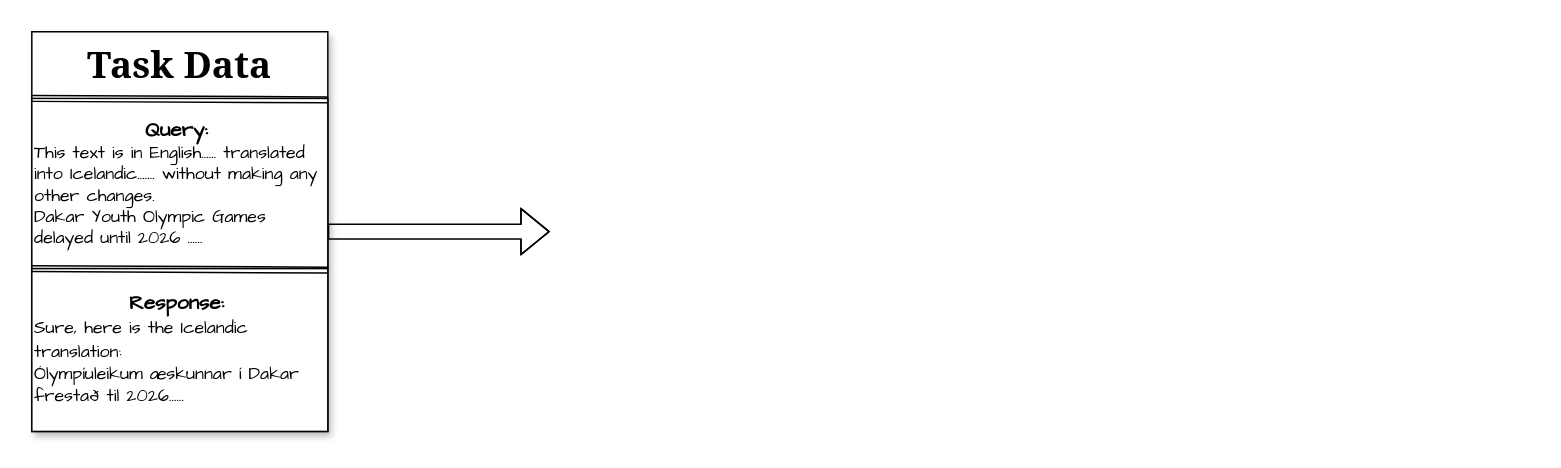
This is Graphs/2.drawio from whenwedream/TELL, a draw.io file, before an edit. Source tidied: cells renumbered, new cells numbered last; positions are measured from the earlier drawing's top-left corner, leaving out a move shared by most shapes. Both pictures are drawn from the tidied source at 148%, with x=0, y=0 at pixel (31, 31).
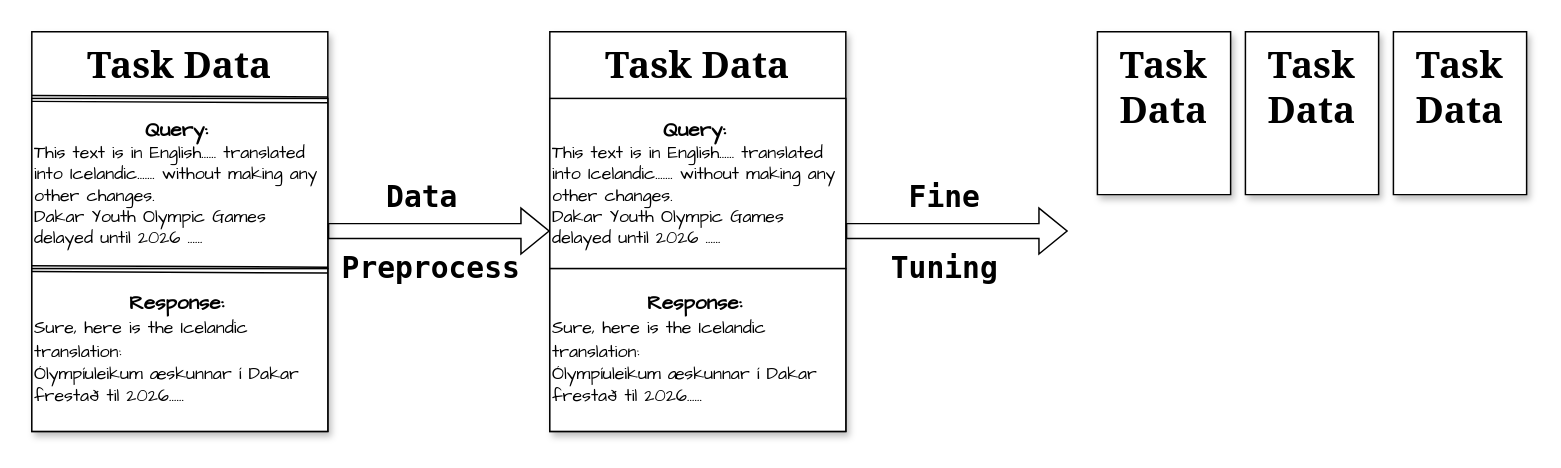
The same diagram, later.

The change refers to these unchanged cells:
```xml
<mxCell id="3" value="&lt;b style=&quot;font-size: 25px;&quot;&gt;&lt;font style=&quot;font-size: 25px; font-style: normal;&quot;&gt;Task Data&lt;/font&gt;&lt;/b&gt;" style="shape=note;size=0;whiteSpace=wrap;html=1;align=center;verticalAlign=top;fontSize=25;fontFamily=Georgia;shadow=1;fontStyle=2;strokeColor=#000000;strokeWidth=1;" parent="1" vertex="1">
  <mxGeometry width="200" height="270" as="geometry" />
</mxCell>
```

What changed in the source:
```diff
@@
-    <mxCell id="2" style="edgeStyle=orthogonalEdgeStyle;rounded=0;jettySize=auto;html=1;shape=flexArrow;" parent="1" edge="1" source="3">
-      <mxGeometry relative="1" as="geometry">
-        <mxPoint x="350" y="135" as="targetPoint" />
-      </mxGeometry>
-    </mxCell>
+    <mxCell id="8" value="&lt;font style=&quot;font-size: 20px;&quot;&gt;&lt;b style=&quot;font-size: 20px;&quot;&gt;Data&amp;nbsp;&lt;/b&gt;&lt;/font&gt;&lt;div style=&quot;font-size: 20px;&quot;&gt;&lt;font style=&quot;font-size: 20px;&quot;&gt;&lt;b style=&quot;font-size: 20px;&quot;&gt;&lt;br style=&quot;font-size: 20px;&quot;&gt;&lt;/b&gt;&lt;/font&gt;&lt;/div&gt;&lt;div style=&quot;font-size: 20px;&quot;&gt;&lt;font style=&quot;font-size: 20px;&quot;&gt;&lt;b style=&quot;font-size: 20px;&quot;&gt;Preprocess&lt;/b&gt;&lt;/font&gt;&lt;/div&gt;" style="rounded=0;whiteSpace=wrap;html=1;strokeColor=none;fontFamily=Lucida Console;fontSize=20;" parent="1" vertex="1">
+      <mxGeometry x="210" y="130" width="120" height="10" as="geometry" />
+    </mxCell>
@@
+    <mxCell id="9" value="&lt;b style=&quot;font-size: 25px;&quot;&gt;&lt;font style=&quot;font-size: 25px; font-style: normal;&quot;&gt;Task Data&lt;/font&gt;&lt;/b&gt;" style="shape=note;size=0;whiteSpace=wrap;html=1;align=center;verticalAlign=top;fontSize=25;fontFamily=Georgia;shadow=1;fontStyle=2;strokeColor=#000000;strokeWidth=1;" parent="1" vertex="1">
+      <mxGeometry x="350" width="200" height="270" as="geometry" />
+    </mxCell>
+    <mxCell id="10" value="&lt;div style=&quot;text-align: center; font-size: 14px;&quot;&gt;&lt;span style=&quot;background-color: initial;&quot;&gt;&lt;b&gt;&lt;font style=&quot;font-size: 14px;&quot;&gt;Query&lt;/font&gt;:&amp;nbsp;&lt;/b&gt;&lt;/span&gt;&lt;/div&gt;&lt;div style=&quot;&quot;&gt;&lt;span style=&quot;background-color: initial;&quot;&gt;This text is in English...... translated into Icelandic....... without making any other changes.&lt;/span&gt;&lt;/div&gt;&lt;div style=&quot;&quot;&gt;&lt;span style=&quot;background-color: initial;&quot;&gt;Dakar Youth Olympic Games delayed until 2026&lt;/span&gt;&lt;span style=&quot;background-color: initial;&quot;&gt;&amp;nbsp;......&lt;/span&gt;&lt;/div&gt;" style="whiteSpace=wrap;html=1;align=left;fontFamily=Comic Sans MS;textShadow=0;strokeColor=default;strokeWidth=1;verticalAlign=middle;" parent="1" vertex="1">
+      <mxGeometry x="350" y="45" width="200" height="115" as="geometry" />
+    </mxCell>
+    <mxCell id="11" value="&lt;div style=&quot;text-align: center;&quot;&gt;&lt;b style=&quot;font-size: 14px; font-family: &amp;quot;Comic Sans MS&amp;quot;; background-color: initial;&quot;&gt;Response:&amp;nbsp;&lt;/b&gt;&lt;/div&gt;&lt;div style=&quot;&quot;&gt;&lt;font style=&quot;font-size: 12px;&quot; face=&quot;Comic Sans MS&quot;&gt;Sure, here is the Icelandic translation:&amp;nbsp;&lt;/font&gt;&lt;div style=&quot;&quot;&gt;&lt;span style=&quot;background-color: initial;&quot;&gt;&lt;font face=&quot;Comic Sans MS&quot; style=&quot;font-size: 12px;&quot;&gt;Ólympíuleikum æskunnar í Dakar frestað til 2026......&lt;/font&gt;&lt;/span&gt;&lt;/div&gt;&lt;/div&gt;" style="whiteSpace=wrap;html=1;align=left;textShadow=0;" parent="1" vertex="1">
+      <mxGeometry x="350" y="160" width="200" height="110" as="geometry" />
+    </mxCell>
+    <mxCell id="12" value="&lt;b&gt;Fine&lt;/b&gt;&lt;div&gt;&lt;b&gt;&lt;br&gt;&lt;/b&gt;&lt;/div&gt;&lt;div&gt;&lt;b&gt;Tuning&lt;/b&gt;&lt;/div&gt;" style="rounded=0;whiteSpace=wrap;html=1;strokeColor=none;fontFamily=Lucida Console;fontSize=20;" parent="1" vertex="1">
+      <mxGeometry x="557" y="130" width="120" height="10" as="geometry" />
+    </mxCell>
+    <mxCell id="13" style="edgeStyle=orthogonalEdgeStyle;rounded=0;orthogonalLoop=1;jettySize=auto;html=1;shape=flexArrow;" parent="1" edge="1">
+      <mxGeometry relative="1" as="geometry">
+        <mxPoint x="550" y="134.6" as="sourcePoint" />
+        <mxPoint x="700" y="134.6" as="targetPoint" />
+      </mxGeometry>
+    </mxCell>
+    <mxCell id="14" style="edgeStyle=orthogonalEdgeStyle;rounded=0;orthogonalLoop=1;jettySize=auto;html=1;shape=flexArrow;" parent="1" edge="1">
+      <mxGeometry relative="1" as="geometry">
+        <mxPoint x="200" y="134.6" as="sourcePoint" />
+        <mxPoint x="350" y="134.6" as="targetPoint" />
+      </mxGeometry>
+    </mxCell>
+    <mxCell id="15" value="&lt;b style=&quot;font-size: 25px;&quot;&gt;&lt;font style=&quot;font-size: 25px; font-style: normal;&quot;&gt;Task Data&lt;/font&gt;&lt;/b&gt;" style="shape=note;size=0;whiteSpace=wrap;html=1;align=center;verticalAlign=top;fontSize=25;fontFamily=Georgia;shadow=1;fontStyle=2;strokeColor=#000000;strokeWidth=1;" parent="1" vertex="1">
+      <mxGeometry x="720" width="90" height="110" as="geometry" />
+    </mxCell>
+    <mxCell id="16" value="&lt;b style=&quot;font-size: 25px;&quot;&gt;&lt;font style=&quot;font-size: 25px; font-style: normal;&quot;&gt;Task Data&lt;/font&gt;&lt;/b&gt;" style="shape=note;size=0;whiteSpace=wrap;html=1;align=center;verticalAlign=top;fontSize=25;fontFamily=Georgia;shadow=1;fontStyle=2;strokeColor=#000000;strokeWidth=1;" parent="1" vertex="1">
+      <mxGeometry x="820" width="90" height="110" as="geometry" />
+    </mxCell>
+    <mxCell id="17" value="&lt;b style=&quot;font-size: 25px;&quot;&gt;&lt;font style=&quot;font-size: 25px; font-style: normal;&quot;&gt;Task Data&lt;/font&gt;&lt;/b&gt;" style="shape=note;size=0;whiteSpace=wrap;html=1;align=center;verticalAlign=top;fontSize=25;fontFamily=Georgia;shadow=1;fontStyle=2;strokeColor=#000000;strokeWidth=1;" parent="1" vertex="1">
+      <mxGeometry x="920" width="90" height="110" as="geometry" />
+    </mxCell>
```
